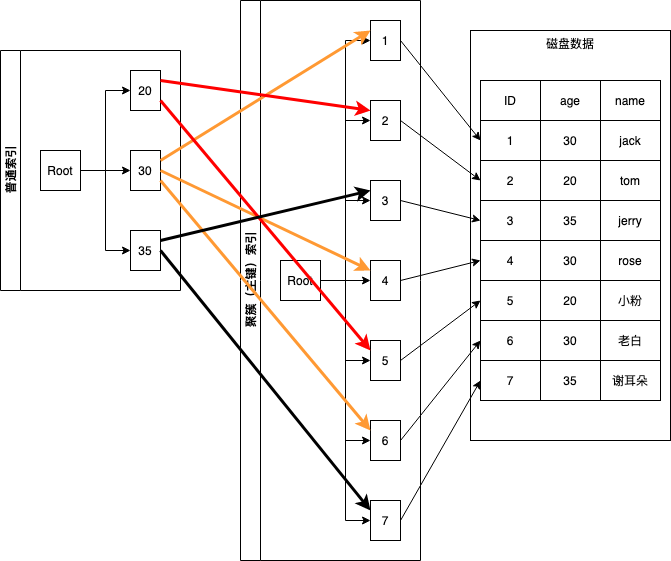
Before: mysql-mrr.png, a diagram exported from draw.io (GallantKong/diagram). Source tidied: cells renumbered, new cells last; positions are measured from the earlier drawing's top-left corner, leaving out a move shared by most shapes.
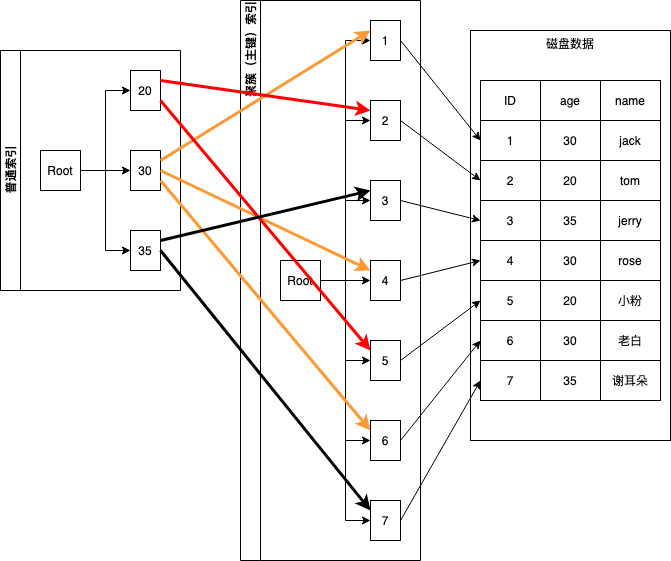
The same file after the commit.

The edit, as a diff of the source:
```diff
@@ -128,7 +128,7 @@
     <mxCell id="43" value="谢耳朵" style="shape=partialRectangle;html=1;whiteSpace=wrap;overflow=hidden;fillColor=none;top=0;left=0;bottom=0;right=0;" parent="40" vertex="1">
       <mxGeometry x="120" width="60" height="40" as="geometry" />
     </mxCell>
-    <mxCell id="44" value="聚簇（主键）索引" style="swimlane;html=1;startSize=20;horizontal=0;horizontalTree=1;containerType=tree;" parent="1" vertex="1">
+    <mxCell id="44" value="聚簇（主键）索引" style="swimlane;html=1;startSize=20;horizontal=0;horizontalTree=1;containerType=tree;align=right;" parent="1" vertex="1">
       <mxGeometry x="240" width="180" height="560" as="geometry" />
     </mxCell>
     <mxCell id="45" value="Root" style="whiteSpace=wrap;html=1;" parent="44" vertex="1">
```
